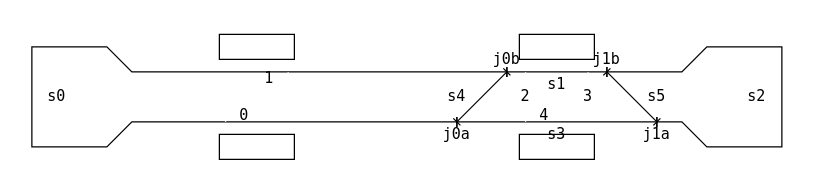
plarailers/komabasai2024-b keeps this draw.io diagram as page "v2" (1 of 2) of ptcs/docs/路線図.drawio. Above is the earlier version. Source tidied: cells renumbered, new cells numbered last; positions are measured from the earlier drawing's top-left corner, leaving out a move shared by most shapes. Both pictures are drawn from the tidied source at 125%, with x=0, y=0 at pixel (31, 34).
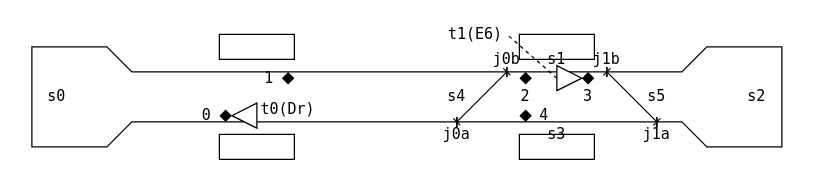
The same page after the edit.

Commit message (it also covers changes not shown here):
列車初期位置の定義

Change to the diagram source:
```diff
@@
     <mxCell id="16" value="s1" style="text;html=1;strokeColor=none;fillColor=none;align=center;verticalAlign=middle;whiteSpace=wrap;rounded=0;fontFamily=Lucida Console;" parent="1" vertex="1">
-      <mxGeometry x="400" y="30" width="40" height="20" as="geometry" />
+      <mxGeometry x="400" y="10" width="40" height="20" as="geometry" />
     </mxCell>
@@
-    <mxCell id="22" style="rhombus;whiteSpace=wrap;html=1;strokeColor=none;fillColor=#FFFFFF;" parent="1" vertex="1">
+    <mxCell id="22" style="rhombus;whiteSpace=wrap;html=1;strokeColor=none;fillColor=#000000;" parent="1" vertex="1">
       <mxGeometry x="150" y="60" width="10" height="10" as="geometry" />
     </mxCell>
-    <mxCell id="23" style="rhombus;whiteSpace=wrap;html=1;strokeColor=none;fillColor=#FFFFFF;" parent="1" vertex="1">
+    <mxCell id="23" style="rhombus;whiteSpace=wrap;html=1;strokeColor=none;fillColor=#000000;" parent="1" vertex="1">
       <mxGeometry x="200" y="30" width="10" height="10" as="geometry" />
     </mxCell>
-    <mxCell id="24" style="rhombus;whiteSpace=wrap;html=1;strokeColor=none;fillColor=#FFFFFF;" parent="1" vertex="1">
+    <mxCell id="24" style="rhombus;whiteSpace=wrap;html=1;strokeColor=none;fillColor=#000000;" parent="1" vertex="1">
       <mxGeometry x="390" y="30" width="10" height="10" as="geometry" />
     </mxCell>
-    <mxCell id="25" style="rhombus;whiteSpace=wrap;html=1;strokeColor=none;fillColor=#FFFFFF;" parent="1" vertex="1">
+    <mxCell id="25" style="rhombus;whiteSpace=wrap;html=1;strokeColor=none;fillColor=#000000;" parent="1" vertex="1">
       <mxGeometry x="440" y="30" width="10" height="10" as="geometry" />
     </mxCell>
-    <mxCell id="26" style="rhombus;whiteSpace=wrap;html=1;strokeColor=none;fillColor=#FFFFFF;" parent="1" vertex="1">
+    <mxCell id="26" style="rhombus;whiteSpace=wrap;html=1;strokeColor=none;fillColor=#000000;" parent="1" vertex="1">
       <mxGeometry x="390" y="60" width="10" height="10" as="geometry" />
     </mxCell>
     <mxCell id="27" value="0" style="text;html=1;strokeColor=none;fillColor=none;align=center;verticalAlign=middle;whiteSpace=wrap;rounded=0;fontFamily=Lucida Console;" parent="1" vertex="1">
-      <mxGeometry x="160" y="55" width="20" height="20" as="geometry" />
+      <mxGeometry x="130" y="55" width="20" height="20" as="geometry" />
     </mxCell>
@@
+    <mxCell id="32" style="triangle;whiteSpace=wrap;html=1;fillColor=#FFFFFF;direction=west;" parent="1" vertex="1">
+      <mxGeometry x="160" y="55" width="20" height="20" as="geometry" />
+    </mxCell>
+    <mxCell id="33" value="t0(Dr)" style="text;html=1;strokeColor=none;fillColor=none;align=center;verticalAlign=middle;whiteSpace=wrap;rounded=0;fontFamily=Lucida Console;" parent="1" vertex="1">
+      <mxGeometry x="180" y="50" width="50" height="20" as="geometry" />
+    </mxCell>
+    <mxCell id="34" style="triangle;whiteSpace=wrap;html=1;fillColor=#FFFFFF;direction=east;" parent="1" vertex="1">
+      <mxGeometry x="420" y="25" width="20" height="20" as="geometry" />
+    </mxCell>
+    <mxCell id="35" value="t1(E6)" style="text;html=1;strokeColor=none;fillColor=none;align=center;verticalAlign=middle;whiteSpace=wrap;rounded=0;fontFamily=Lucida Console;" parent="1" vertex="1">
+      <mxGeometry x="330" y="-10" width="50" height="20" as="geometry" />
+    </mxCell>
+    <mxCell id="36" style="endArrow=none;html=1;dashed=1;entryX=1;entryY=0.5;entryDx=0;entryDy=0;exitX=0;exitY=0.5;exitDx=0;exitDy=0;" parent="1" edge="1" source="34" target="35">
+      <mxGeometry relative="1" as="geometry" />
+    </mxCell>
```
